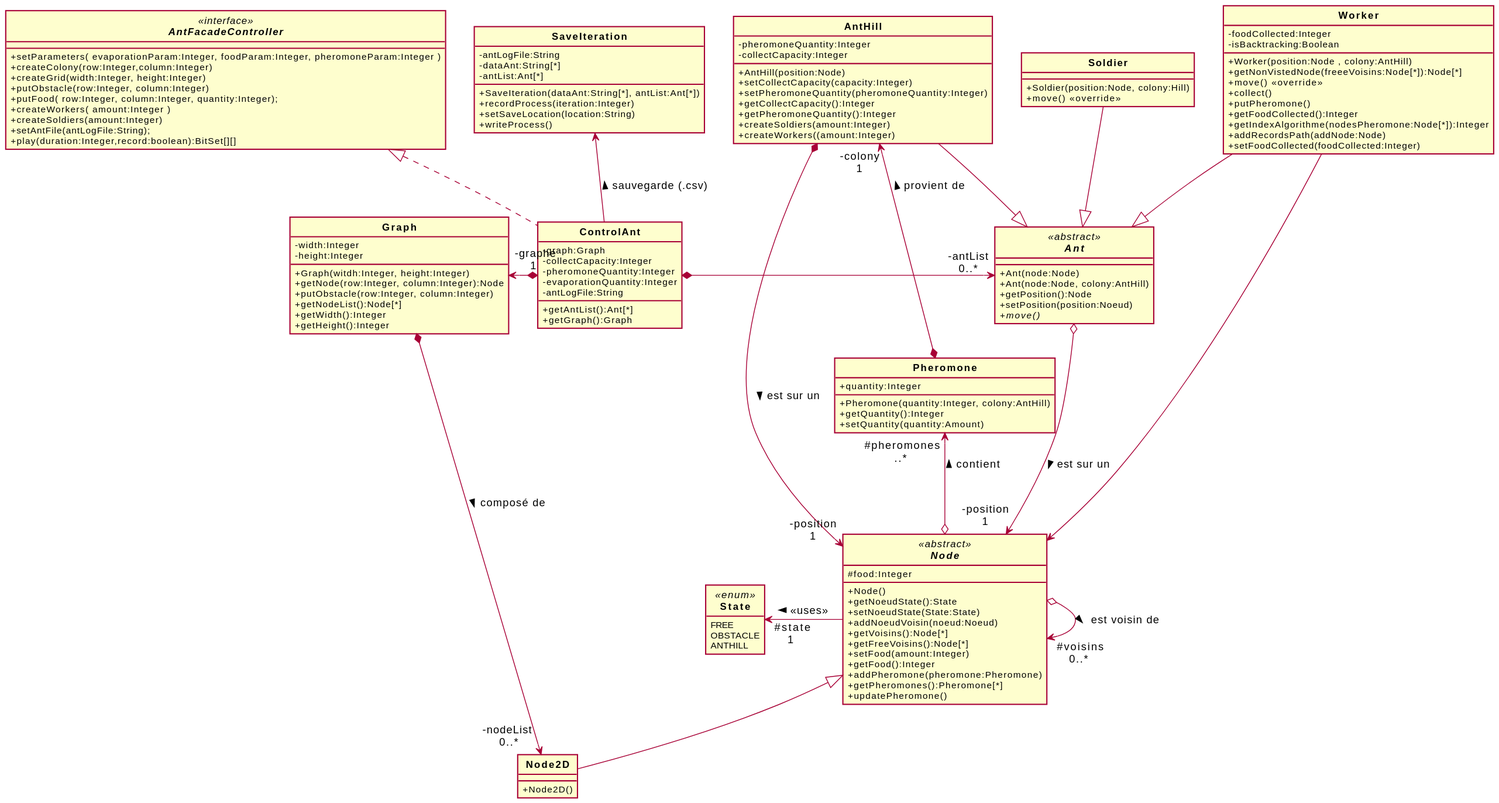
Before: Fourmis_DC_V2.svg, a diagram exported from PlantUML (ErenMustafaGit/ColonieFourmis).
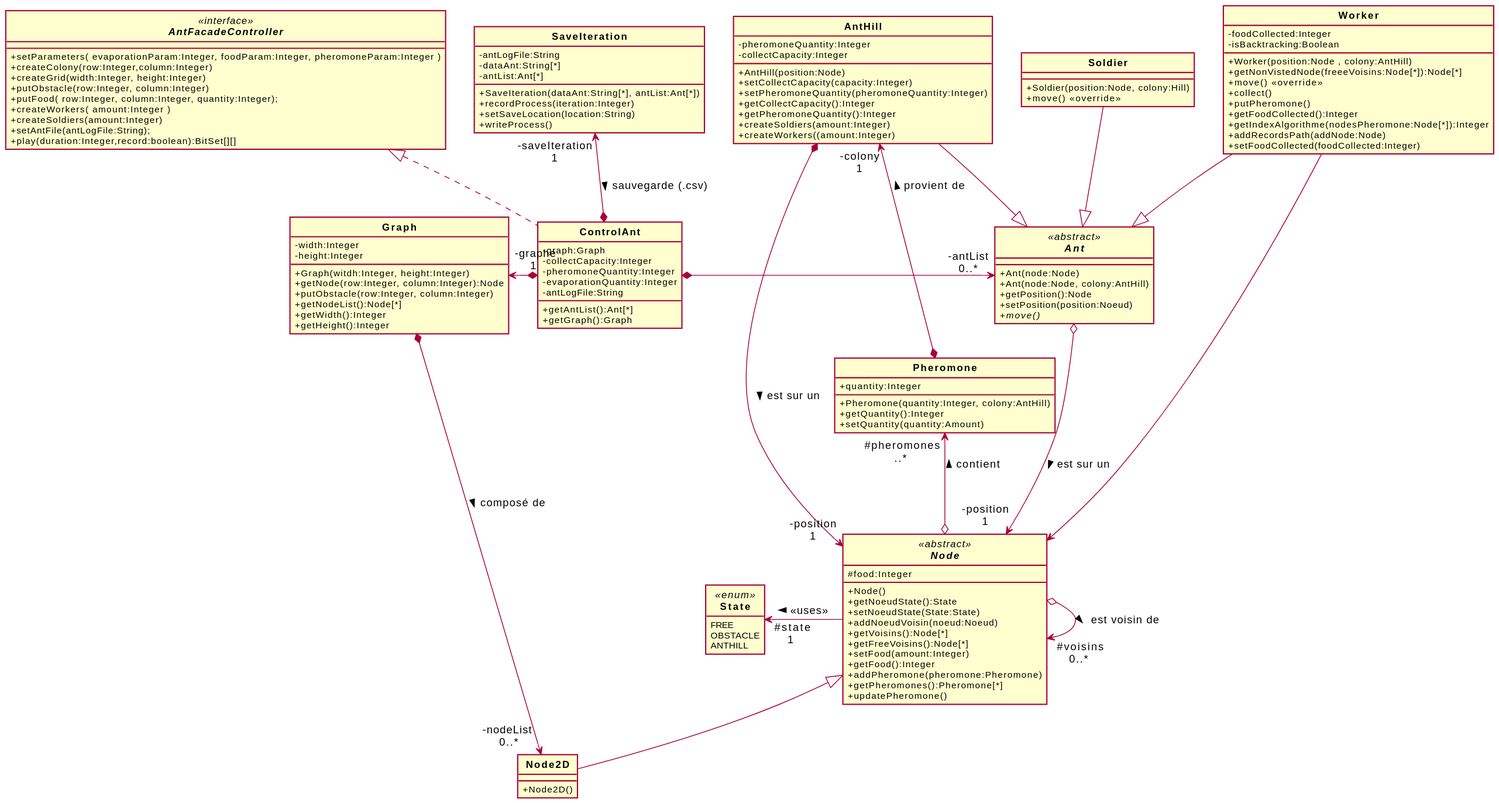
The same diagram one commit later.

Change to the diagram source:
```diff
@@ -126,7 +126,7 @@
 
 
 
-SaveIteration <-- ControlAnt : sauvegarde (.csv) <
+SaveIteration "-saveIteration\n1" <--* ControlAnt : sauvegarde (.csv) >
 
 Soldier --|> Ant
 Worker --|> Ant
```
